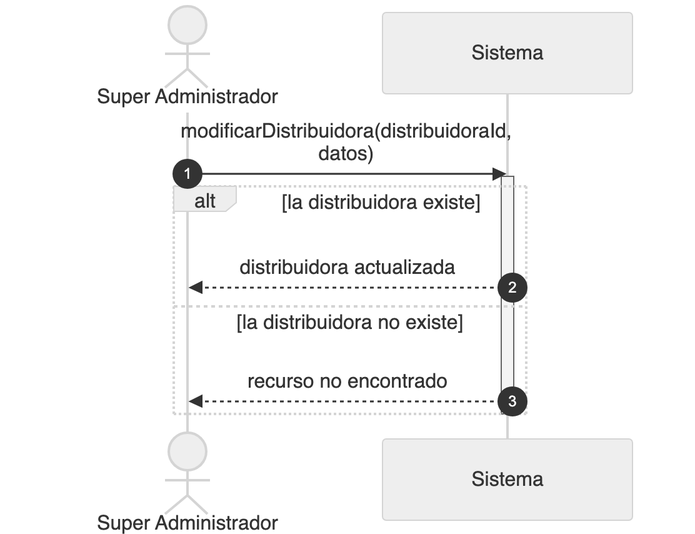
Nahuelito-Dev/splg-docs keeps this Mermaid diagram as diagramas/png/DSS_CU-054_Modificar-Datos-De-La-Distribuidora.png. Above is the earlier version. Its source is kept beside it as diagramas/DSS_CU-054_Modificar-Datos-De-La-Distribuidora.mmd. Source of this version:
```mermaid
sequenceDiagram
    title DSS — CU-054 Modificar Datos De La Distribuidora
    autonumber
    actor SUP as Super Administrador
    participant SIS as Sistema

    SUP->>SIS: modificarDistribuidora(distribuidoraId, datos)
    activate SIS
    alt la distribuidora existe
        SIS-->>SUP: distribuidora actualizada
    else la distribuidora no existe
        SIS-->>SUP: recurso no encontrado
    end
    deactivate SIS
```
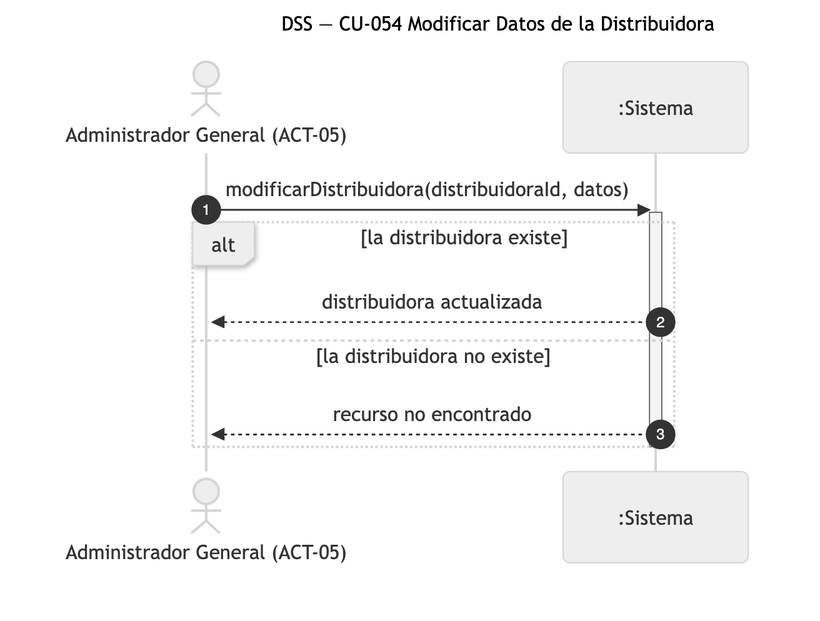
Above is the later version.

Diff of the diagram source:
```diff
@@ -1,8 +1,8 @@
 sequenceDiagram
-    title DSS — CU-054 Modificar Datos De La Distribuidora
+    title DSS — CU-054 Modificar Datos de la Distribuidora
     autonumber
-    actor SUP as Super Administrador
-    participant SIS as Sistema
+    actor SUP as Administrador General (ACT-05)
+    participant SIS as :Sistema
 
     SUP->>SIS: modificarDistribuidora(distribuidoraId, datos)
     activate SIS
```
